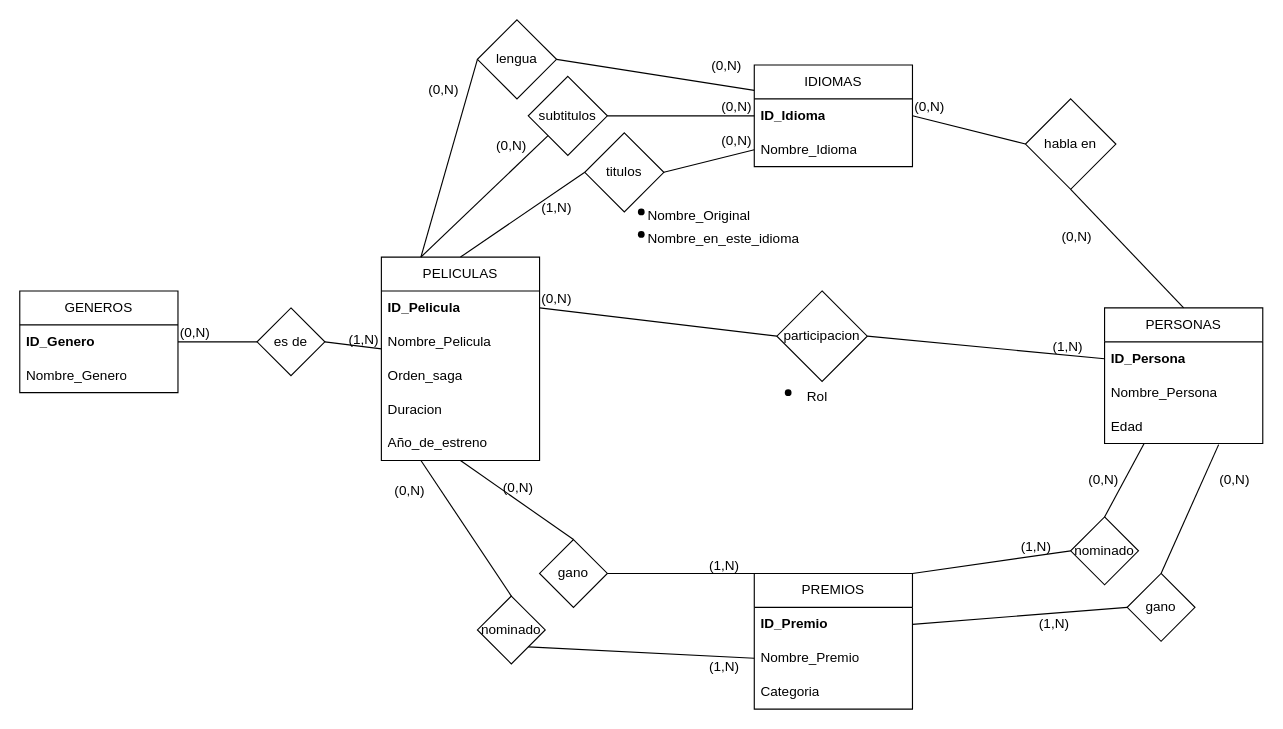
This is omdb.drawio from kolodani/AUS_Base_de_datos, a draw.io file, before an edit. Source tidied: cells renumbered, new cells numbered last; positions are measured from the earlier drawing's top-left corner, leaving out a move shared by most shapes. Both pictures are drawn from the tidied source at 113%, with x=0, y=0 at pixel (19, 19).
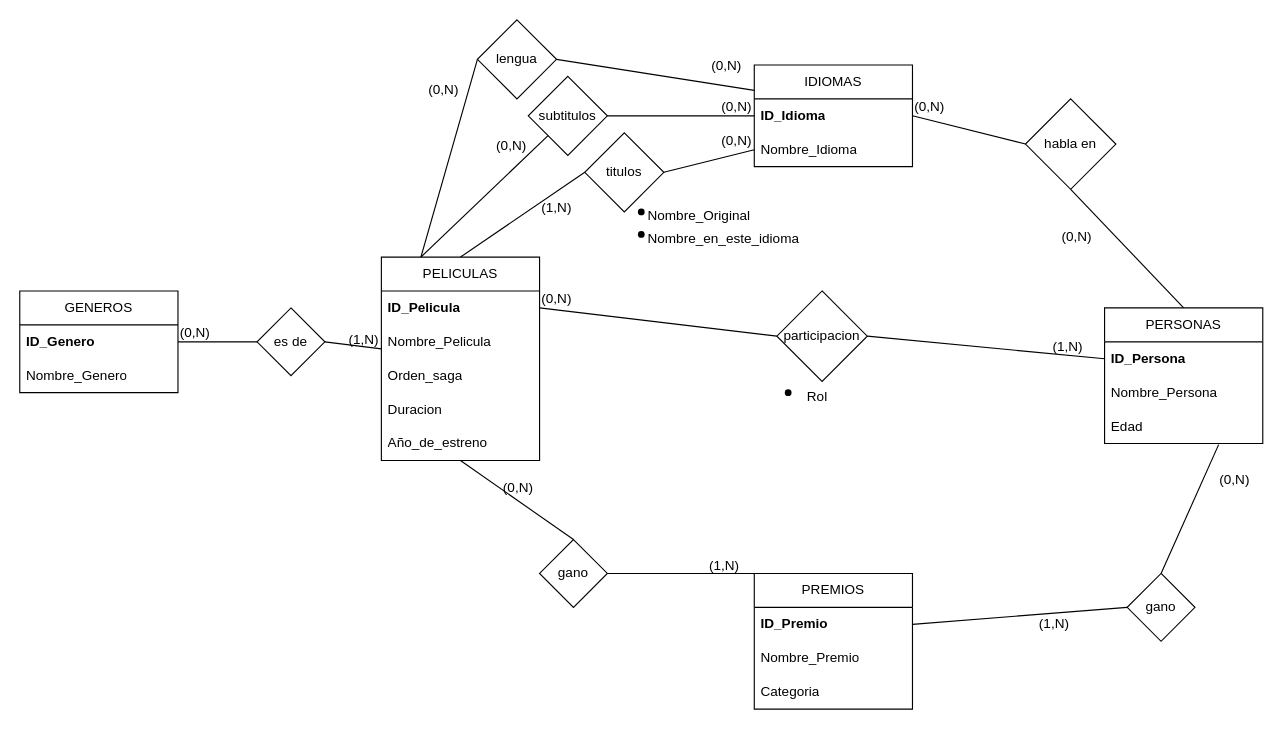
Above is the later version.

Commit message:
DER listo

Unchanged cells that the change refers to:
```xml
<mxCell id="5" value="PELICULAS" style="swimlane;fontStyle=0;horizontal=1;startSize=30;whiteSpace=wrap;html=1;" parent="1" vertex="1">
  <mxGeometry x="320" y="210" width="140" height="180" as="geometry" />
</mxCell>
<mxCell id="11" value="PREMIOS" style="swimlane;fontStyle=0;horizontal=1;startSize=30;whiteSpace=wrap;html=1;" parent="1" vertex="1">
  <mxGeometry x="650" y="490" width="140" height="120" as="geometry" />
</mxCell>
<mxCell id="13" value="Nombre_Premio" style="text;strokeColor=none;fillColor=none;align=left;verticalAlign=middle;spacingLeft=4;spacingRight=4;overflow=hidden;points=[[0,0.5],[1,0.5]];portConstraint=eastwest;whiteSpace=wrap;html=1;" parent="11" vertex="1">
  <mxGeometry y="60" width="140" height="30" as="geometry" />
</mxCell>
<mxCell id="15" value="PERSONAS" style="swimlane;fontStyle=0;horizontal=1;startSize=30;whiteSpace=wrap;html=1;" parent="1" vertex="1">
  <mxGeometry x="960" y="255" width="140" height="120" as="geometry" />
</mxCell>
```

The edit, as a diff of the source:
```diff
@@
-    <mxCell id="26" value="nominado" style="rhombus;whiteSpace=wrap;html=1;" parent="1" vertex="1">
-      <mxGeometry x="405" y="510" width="60" height="60" as="geometry" />
-    </mxCell>
@@
-    <mxCell id="28" value="nominado" style="rhombus;whiteSpace=wrap;html=1;" parent="1" vertex="1">
-      <mxGeometry x="930" y="440" width="60" height="60" as="geometry" />
-    </mxCell>
@@
-    <mxCell id="45" style="endArrow=none;html=1;rounded=0;entryX=0.5;entryY=0;entryDx=0;entryDy=0;exitX=0.25;exitY=1;exitDx=0;exitDy=0;" parent="1" edge="1" source="5" target="26">
-      <mxGeometry relative="1" as="geometry" />
-    </mxCell>
-    <mxCell id="46" value="(0,N)" style="html=1;whiteSpace=wrap;align=left;verticalAlign=bottom;" parent="45" vertex="1">
-      <mxGeometry x="-1" relative="1" as="geometry">
-        <mxPoint x="-25" y="35" as="offset" />
-      </mxGeometry>
-    </mxCell>
-    <mxCell id="47" style="endArrow=none;html=1;rounded=0;exitX=1;exitY=1;exitDx=0;exitDy=0;entryX=0;entryY=0.5;entryDx=0;entryDy=0;" parent="1" edge="1" source="26" target="13">
-      <mxGeometry relative="1" as="geometry" />
-    </mxCell>
-    <mxCell id="48" value="(1,N)" style="html=1;whiteSpace=wrap;align=right;verticalAlign=bottom;" parent="47" vertex="1">
-      <mxGeometry x="1" relative="1" as="geometry">
-        <mxPoint x="-12" y="16" as="offset" />
-      </mxGeometry>
-    </mxCell>
@@
-    <mxCell id="57" style="endArrow=none;html=1;rounded=0;exitX=0.25;exitY=1;exitDx=0;exitDy=0;entryX=0.5;entryY=0;entryDx=0;entryDy=0;" parent="1" edge="1" source="15" target="28">
-      <mxGeometry relative="1" as="geometry" />
-    </mxCell>
-    <mxCell id="58" value="(0,N)" style="html=1;whiteSpace=wrap;align=left;verticalAlign=bottom;" parent="57" vertex="1">
-      <mxGeometry x="-1" relative="1" as="geometry">
-        <mxPoint x="-51" y="40" as="offset" />
-      </mxGeometry>
-    </mxCell>
-    <mxCell id="59" style="endArrow=none;html=1;rounded=0;exitX=1;exitY=0;exitDx=0;exitDy=0;entryX=0;entryY=0.5;entryDx=0;entryDy=0;" parent="1" edge="1" source="11" target="28">
-      <mxGeometry relative="1" as="geometry" />
-    </mxCell>
-    <mxCell id="60" value="(1,N)" style="html=1;whiteSpace=wrap;align=right;verticalAlign=bottom;" parent="59" vertex="1">
-      <mxGeometry x="1" relative="1" as="geometry">
-        <mxPoint x="-16" y="5" as="offset" />
-      </mxGeometry>
-    </mxCell>
```
